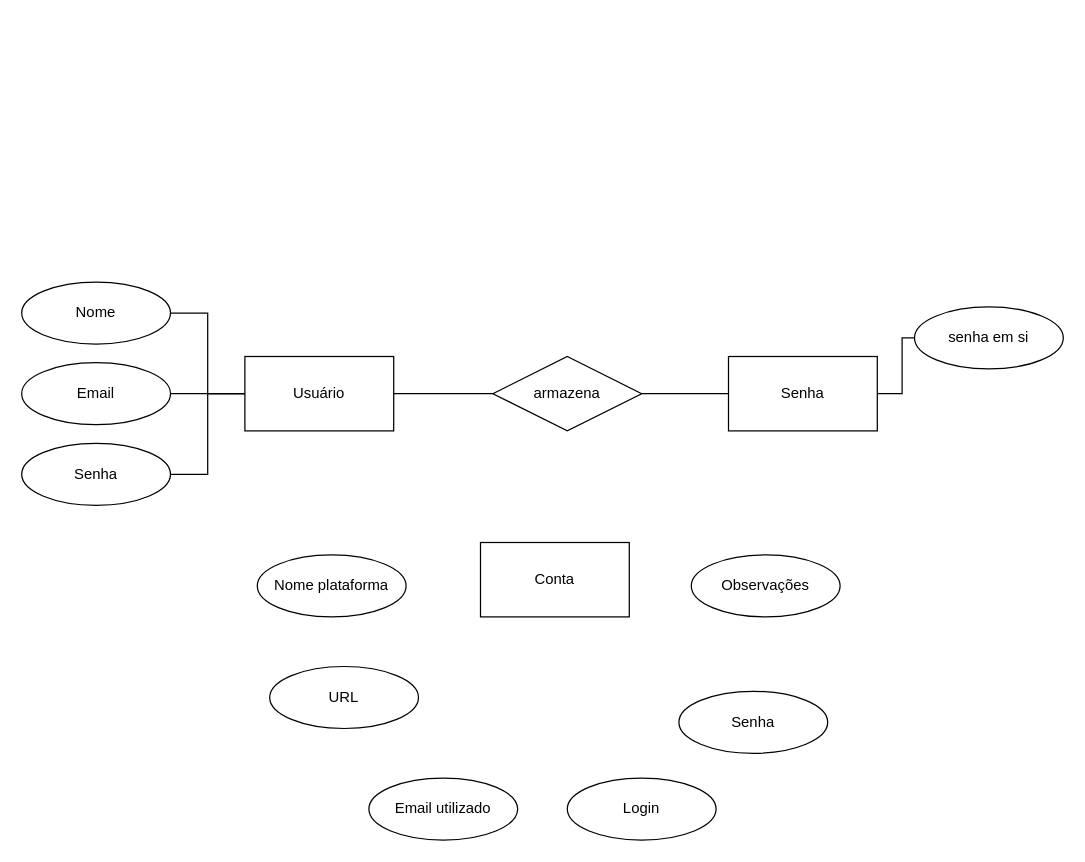
The draw.io diagram doc/der.drawio in Samuelsn28/Jerico, before the edit. Source tidied: cells renumbered, new cells numbered last; positions are measured from the earlier drawing's top-left corner, leaving out a move shared by most shapes. Both pictures are drawn from the tidied source at 124%, with x=0, y=0 at pixel (21, 281).
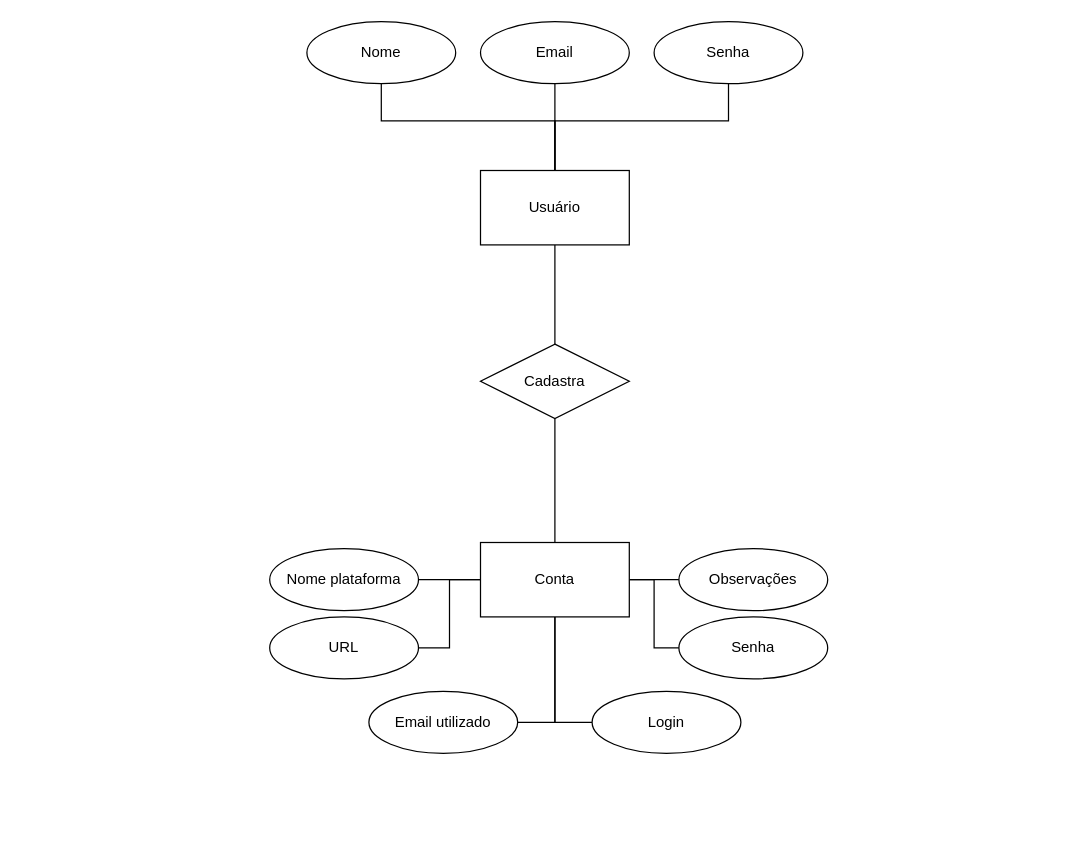
After the change.

Commit message:
DER completed

The change refers to these unchanged cells:
```xml
<mxCell id="15" value="Conta" style="rounded=0;whiteSpace=wrap;html=1;" parent="1" vertex="1">
  <mxGeometry x="370" y="210" width="120" height="60" as="geometry" />
</mxCell>
```

What changed in the source:
```diff
@@
-    <mxCell id="2" style="edgeStyle=orthogonalEdgeStyle;rounded=0;jettySize=auto;html=1;entryX=0;entryY=0.5;entryDx=0;entryDy=0;endArrow=none;endFill=0;" parent="1" edge="1" source="6" target="10">
-      <mxGeometry relative="1" as="geometry" />
-    </mxCell>
-    <mxCell id="3" style="edgeStyle=orthogonalEdgeStyle;rounded=0;jettySize=auto;html=1;entryX=1;entryY=0.5;entryDx=0;entryDy=0;endArrow=none;endFill=0;" parent="1" edge="1" source="6" target="13">
-      <mxGeometry relative="1" as="geometry" />
-    </mxCell>
-    <mxCell id="4" style="edgeStyle=orthogonalEdgeStyle;rounded=0;jettySize=auto;html=1;entryX=1;entryY=0.5;entryDx=0;entryDy=0;endArrow=none;endFill=0;" parent="1" edge="1" source="6" target="12">
-      <mxGeometry relative="1" as="geometry" />
-    </mxCell>
-    <mxCell id="5" style="edgeStyle=orthogonalEdgeStyle;rounded=0;jettySize=auto;html=1;exitX=0;exitY=0.5;exitDx=0;exitDy=0;entryX=1;entryY=0.5;entryDx=0;entryDy=0;endArrow=none;endFill=0;" parent="1" edge="1" source="6" target="14">
-      <mxGeometry relative="1" as="geometry" />
-    </mxCell>
+    <mxCell id="22" style="edgeStyle=orthogonalEdgeStyle;rounded=0;jettySize=auto;html=1;exitX=0.5;exitY=1;exitDx=0;exitDy=0;entryX=0.5;entryY=0;entryDx=0;entryDy=0;endArrow=none;endFill=0;" parent="1" edge="1" source="6" target="35">
+      <mxGeometry relative="1" as="geometry" />
+    </mxCell>
     <mxCell id="6" value="Usuário" style="rounded=0;whiteSpace=wrap;html=1;" parent="1" vertex="1">
-      <mxGeometry x="180" y="60" width="120" height="60" as="geometry" />
+      <mxGeometry x="370" y="-90" width="120" height="60" as="geometry" />
     </mxCell>
-    <mxCell id="7" style="edgeStyle=orthogonalEdgeStyle;rounded=0;jettySize=auto;html=1;endArrow=none;endFill=0;" parent="1" edge="1" source="8" target="11">
-      <mxGeometry relative="1" as="geometry" />
-    </mxCell>
-    <mxCell id="8" value="Senha" style="rounded=0;whiteSpace=wrap;html=1;" parent="1" vertex="1">
-      <mxGeometry x="570" y="60" width="120" height="60" as="geometry" />
-    </mxCell>
-    <mxCell id="9" style="edgeStyle=orthogonalEdgeStyle;rounded=0;jettySize=auto;html=1;entryX=0;entryY=0.5;entryDx=0;entryDy=0;endArrow=none;endFill=0;" parent="1" edge="1" source="10" target="8">
-      <mxGeometry relative="1" as="geometry" />
-    </mxCell>
-    <mxCell id="10" value="armazena" style="shape=rhombus;perimeter=rhombusPerimeter;whiteSpace=wrap;html=1;align=center;" parent="1" vertex="1">
-      <mxGeometry x="380" y="60" width="120" height="60" as="geometry" />
-    </mxCell>
-    <mxCell id="11" value="senha em si" style="ellipse;whiteSpace=wrap;html=1;" parent="1" vertex="1">
-      <mxGeometry x="720" y="20" width="120" height="50" as="geometry" />
-    </mxCell>
+    <mxCell id="23" style="edgeStyle=orthogonalEdgeStyle;rounded=0;jettySize=auto;html=1;entryX=0.5;entryY=0;entryDx=0;entryDy=0;endArrow=none;endFill=0;" parent="1" edge="1" source="12" target="6">
+      <mxGeometry relative="1" as="geometry">
+        <Array as="points">
+          <mxPoint x="290" y="-130" />
+          <mxPoint x="430" y="-130" />
+        </Array>
+      </mxGeometry>
+    </mxCell>
     <mxCell id="12" value="Nome" style="ellipse;whiteSpace=wrap;html=1;" parent="1" vertex="1">
-      <mxGeometry width="120" height="50" as="geometry" />
+      <mxGeometry x="230" y="-210" width="120" height="50" as="geometry" />
     </mxCell>
+    <mxCell id="24" style="edgeStyle=orthogonalEdgeStyle;rounded=0;jettySize=auto;html=1;endArrow=none;endFill=0;" parent="1" edge="1" source="13" target="6">
+      <mxGeometry relative="1" as="geometry" />
+    </mxCell>
     <mxCell id="13" value="Email" style="ellipse;whiteSpace=wrap;html=1;" parent="1" vertex="1">
-      <mxGeometry y="65" width="120" height="50" as="geometry" />
+      <mxGeometry x="370" y="-210" width="120" height="50" as="geometry" />
     </mxCell>
-    <mxCell id="14" value="Senha" style="ellipse;whiteSpace=wrap;html=1;" parent="1" vertex="1">
-      <mxGeometry y="130" width="120" height="50" as="geometry" />
-    </mxCell>
+    <mxCell id="25" style="edgeStyle=orthogonalEdgeStyle;rounded=0;jettySize=auto;html=1;entryX=0.5;entryY=0;entryDx=0;entryDy=0;endArrow=none;endFill=0;" parent="1" edge="1" source="26" target="6">
+      <mxGeometry relative="1" as="geometry">
+        <Array as="points">
+          <mxPoint x="570" y="-130" />
+          <mxPoint x="430" y="-130" />
+        </Array>
+      </mxGeometry>
+    </mxCell>
+    <mxCell id="26" value="Senha" style="ellipse;whiteSpace=wrap;html=1;" parent="1" vertex="1">
+      <mxGeometry x="510" y="-210" width="120" height="50" as="geometry" />
+    </mxCell>
+    <mxCell id="27" style="edgeStyle=orthogonalEdgeStyle;rounded=0;jettySize=auto;html=1;entryX=1;entryY=0.5;entryDx=0;entryDy=0;endArrow=none;endFill=0;" parent="1" edge="1" source="15" target="16">
+      <mxGeometry relative="1" as="geometry" />
+    </mxCell>
+    <mxCell id="28" style="edgeStyle=orthogonalEdgeStyle;rounded=0;jettySize=auto;html=1;entryX=1;entryY=0.5;entryDx=0;entryDy=0;endArrow=none;endFill=0;" parent="1" edge="1" source="15" target="17">
+      <mxGeometry relative="1" as="geometry" />
+    </mxCell>
+    <mxCell id="29" style="edgeStyle=orthogonalEdgeStyle;rounded=0;jettySize=auto;html=1;exitX=0.5;exitY=1;exitDx=0;exitDy=0;entryX=1;entryY=0.5;entryDx=0;entryDy=0;endArrow=none;endFill=0;" parent="1" edge="1" source="15" target="18">
+      <mxGeometry relative="1" as="geometry" />
+    </mxCell>
+    <mxCell id="30" style="edgeStyle=orthogonalEdgeStyle;rounded=0;jettySize=auto;html=1;exitX=0.5;exitY=1;exitDx=0;exitDy=0;entryX=0;entryY=0.5;entryDx=0;entryDy=0;endArrow=none;endFill=0;" parent="1" edge="1" source="15" target="19">
+      <mxGeometry relative="1" as="geometry" />
+    </mxCell>
+    <mxCell id="31" style="edgeStyle=orthogonalEdgeStyle;rounded=0;jettySize=auto;html=1;endArrow=none;endFill=0;" parent="1" edge="1" source="15" target="21">
+      <mxGeometry relative="1" as="geometry" />
+    </mxCell>
+    <mxCell id="32" style="edgeStyle=orthogonalEdgeStyle;rounded=0;jettySize=auto;html=1;entryX=0;entryY=0.5;entryDx=0;entryDy=0;endArrow=none;endFill=0;" parent="1" edge="1" source="15" target="33">
+      <mxGeometry relative="1" as="geometry" />
+    </mxCell>
@@
     <mxCell id="16" value="Nome plataforma" style="ellipse;whiteSpace=wrap;html=1;" parent="1" vertex="1">
-      <mxGeometry x="190" y="220" width="120" height="50" as="geometry" />
+      <mxGeometry x="200" y="215" width="120" height="50" as="geometry" />
     </mxCell>
     <mxCell id="17" value="URL" style="ellipse;whiteSpace=wrap;html=1;" parent="1" vertex="1">
-      <mxGeometry x="200" y="310" width="120" height="50" as="geometry" />
+      <mxGeometry x="200" y="270" width="120" height="50" as="geometry" />
     </mxCell>
     <mxCell id="18" value="Email utilizado" style="ellipse;whiteSpace=wrap;html=1;" parent="1" vertex="1">
-      <mxGeometry x="280" y="400" width="120" height="50" as="geometry" />
+      <mxGeometry x="280" y="330" width="120" height="50" as="geometry" />
     </mxCell>
     <mxCell id="19" value="Login" style="ellipse;whiteSpace=wrap;html=1;" parent="1" vertex="1">
-      <mxGeometry x="440" y="400" width="120" height="50" as="geometry" />
+      <mxGeometry x="460" y="330" width="120" height="50" as="geometry" />
     </mxCell>
-    <mxCell id="20" value="Senha" style="ellipse;whiteSpace=wrap;html=1;" parent="1" vertex="1">
-      <mxGeometry x="530" y="330" width="120" height="50" as="geometry" />
-    </mxCell>
+    <mxCell id="33" value="Senha" style="ellipse;whiteSpace=wrap;html=1;" parent="1" vertex="1">
+      <mxGeometry x="530" y="270" width="120" height="50" as="geometry" />
+    </mxCell>
     <mxCell id="21" value="Observações" style="ellipse;whiteSpace=wrap;html=1;" parent="1" vertex="1">
-      <mxGeometry x="540" y="220" width="120" height="50" as="geometry" />
+      <mxGeometry x="530" y="215" width="120" height="50" as="geometry" />
     </mxCell>
+    <mxCell id="34" style="edgeStyle=orthogonalEdgeStyle;rounded=0;jettySize=auto;html=1;exitX=0.5;exitY=1;exitDx=0;exitDy=0;entryX=0.5;entryY=0;entryDx=0;entryDy=0;endArrow=none;endFill=0;" parent="1" edge="1" source="35" target="15">
+      <mxGeometry relative="1" as="geometry" />
+    </mxCell>
+    <mxCell id="35" value="Cadastra" style="shape=rhombus;perimeter=rhombusPerimeter;whiteSpace=wrap;html=1;align=center;" parent="1" vertex="1">
+      <mxGeometry x="370" y="50" width="120" height="60" as="geometry" />
+    </mxCell>
```
